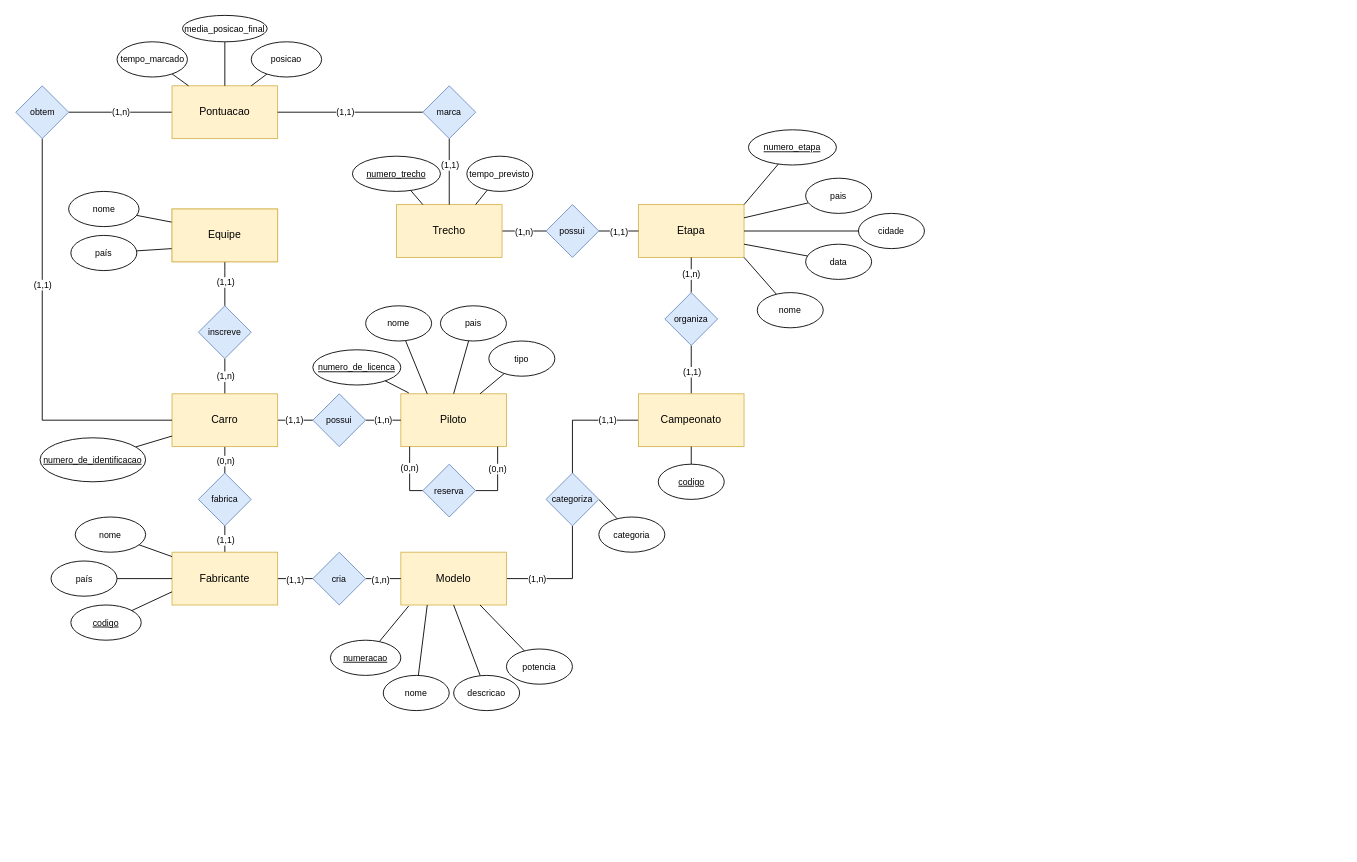
This is atvAvaliativa.drawio from renanreyc/projeto-banco-de-dados-relacional, a draw.io file, before an edit. Source tidied: cells renumbered, new cells numbered last; positions are measured from the earlier drawing's top-left corner, leaving out a move shared by most shapes. Both pictures are drawn from the tidied source at 88%, with x=0, y=0 at pixel (15, 15).
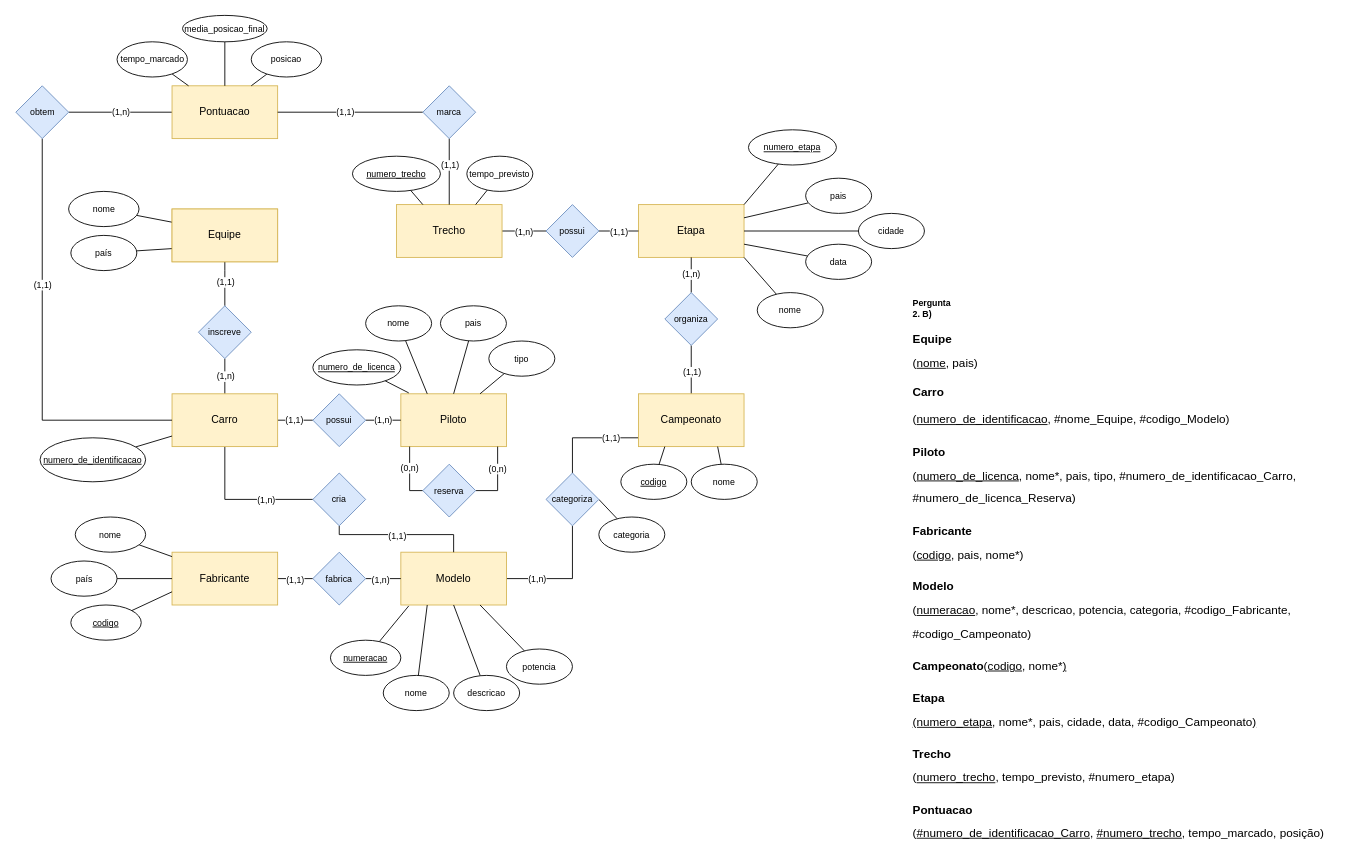
After the change.

Unchanged cells that the change refers to:
```xml
<mxCell id="8" value="Carro" style="rounded=0;whiteSpace=wrap;html=1;fillColor=#fff2cc;strokeColor=#d6b656;" parent="1" vertex="1">
  <mxGeometry x="178" y="430" width="120" height="60" as="geometry" />
</mxCell>
<mxCell id="24" value="Fabricante" style="rounded=0;whiteSpace=wrap;html=1;fillColor=#fff2cc;strokeColor=#d6b656;" parent="1" vertex="1">
  <mxGeometry x="178" y="610" width="120" height="60" as="geometry" />
</mxCell>
<mxCell id="35" value="Modelo" style="rounded=0;whiteSpace=wrap;html=1;fillColor=#fff2cc;strokeColor=#d6b656;" parent="1" vertex="1">
  <mxGeometry x="438" y="610" width="120" height="60" as="geometry" />
</mxCell>
<mxCell id="70" value="Campeonato" style="rounded=0;whiteSpace=wrap;html=1;fillColor=#fff2cc;strokeColor=#d6b656;" parent="1" vertex="1">
  <mxGeometry x="708" y="430" width="120" height="60" as="geometry" />
</mxCell>
<mxCell id="111" value="categoriza" style="rhombus;whiteSpace=wrap;html=1;fontSize=10;fillColor=#dae8fc;strokeColor=#6c8ebf;" parent="1" vertex="1">
  <mxGeometry x="603" y="520" width="60" height="60" as="geometry" />
</mxCell>
```

The edit, as a diff of the source:
```diff
@@
-    <mxCell id="4" style="edgeStyle=none;rounded=0;jettySize=auto;html=1;entryX=0.5;entryY=0;entryDx=0;entryDy=0;fontSize=10;endArrow=none;endFill=0;" parent="1" edge="1" source="8" target="25">
-      <mxGeometry relative="1" as="geometry" />
-    </mxCell>
-    <mxCell id="5" value="(0,n)" style="edgeLabel;html=1;align=center;verticalAlign=middle;fontSize=10;" parent="4" vertex="1">
-      <mxGeometry x="0.4" y="2" relative="1" as="geometry">
-        <mxPoint x="-2" y="-6" as="offset" />
-      </mxGeometry>
-    </mxCell>
@@
+    <mxCell id="116" style="edgeStyle=orthogonalEdgeStyle;rounded=0;jettySize=auto;html=1;entryX=0;entryY=0.5;entryDx=0;entryDy=0;fontSize=10;endArrow=none;endFill=0;" parent="1" edge="1" source="8" target="119">
+      <mxGeometry relative="1" as="geometry">
+        <Array as="points">
+          <mxPoint x="238" y="550" />
+        </Array>
+      </mxGeometry>
+    </mxCell>
+    <mxCell id="117" value="(1,n)" style="edgeLabel;html=1;align=center;verticalAlign=middle;fontSize=10;" parent="116" vertex="1">
+      <mxGeometry x="0.04" y="-1" relative="1" as="geometry">
+        <mxPoint x="23" y="-1" as="offset" />
+      </mxGeometry>
+    </mxCell>
@@
-    <mxCell id="20" style="edgeStyle=none;rounded=0;jettySize=auto;html=1;fontSize=10;endArrow=none;endFill=0;" parent="1" edge="1" source="24" target="25">
-      <mxGeometry relative="1" as="geometry" />
-    </mxCell>
-    <mxCell id="21" value="(1,1)" style="edgeLabel;html=1;align=center;verticalAlign=middle;fontSize=10;" parent="20" vertex="1">
-      <mxGeometry x="-0.37" y="1" relative="1" as="geometry">
-        <mxPoint x="1" y="-6" as="offset" />
-      </mxGeometry>
-    </mxCell>
@@
-    <mxCell id="25" value="fabrica" style="rhombus;whiteSpace=wrap;html=1;fontSize=10;fillColor=#dae8fc;strokeColor=#6c8ebf;" parent="1" vertex="1">
-      <mxGeometry x="208" y="520" width="60" height="60" as="geometry" />
-    </mxCell>
@@
-    <mxCell id="38" value="cria" style="rhombus;whiteSpace=wrap;html=1;fontSize=10;fillColor=#dae8fc;strokeColor=#6c8ebf;" parent="1" vertex="1">
+    <mxCell id="38" value="fabrica" style="rhombus;whiteSpace=wrap;html=1;fontSize=10;fillColor=#dae8fc;strokeColor=#6c8ebf;" parent="1" vertex="1">
       <mxGeometry x="338" y="610" width="60" height="60" as="geometry" />
     </mxCell>
@@
     <mxCell id="68" style="edgeStyle=orthogonalEdgeStyle;rounded=0;jettySize=auto;html=1;entryX=0.5;entryY=0;entryDx=0;entryDy=0;fontSize=10;endArrow=none;endFill=0;" parent="1" edge="1" source="70" target="111">
-      <mxGeometry relative="1" as="geometry" />
+      <mxGeometry relative="1" as="geometry">
+        <Array as="points">
+          <mxPoint x="633" y="480" />
+        </Array>
+      </mxGeometry>
     </mxCell>
@@
-    <mxCell id="114" style="edgeStyle=none;rounded=0;jettySize=auto;html=1;entryX=0.5;entryY=1;entryDx=0;entryDy=0;fontSize=10;endArrow=none;endFill=0;" parent="1" edge="1" source="115" target="70">
+    <mxCell id="114" style="edgeStyle=none;rounded=0;jettySize=auto;html=1;entryX=0.25;entryY=1;entryDx=0;entryDy=0;fontSize=10;endArrow=none;endFill=0;" parent="1" edge="1" source="115" target="70">
       <mxGeometry relative="1" as="geometry" />
     </mxCell>
     <mxCell id="115" value="&lt;u&gt;codigo&lt;/u&gt;" style="ellipse;whiteSpace=wrap;html=1;fontSize=10;" parent="1" vertex="1">
-      <mxGeometry x="730.5" y="510" width="75" height="40" as="geometry" />
+      <mxGeometry x="688" y="510" width="75" height="40" as="geometry" />
     </mxCell>
+    <mxCell id="118" style="edgeStyle=orthogonalEdgeStyle;rounded=0;jettySize=auto;html=1;fontSize=10;endArrow=none;endFill=0;" parent="1" edge="1" source="119" target="35">
+      <mxGeometry relative="1" as="geometry">
+        <Array as="points">
+          <mxPoint x="368" y="590" />
+          <mxPoint x="498" y="590" />
+        </Array>
+      </mxGeometry>
+    </mxCell>
+    <mxCell id="21" value="(1,1)" style="edgeLabel;html=1;align=center;verticalAlign=middle;fontSize=10;" parent="118" vertex="1">
+      <mxGeometry x="-0.26" relative="1" as="geometry">
+        <mxPoint x="16" as="offset" />
+      </mxGeometry>
+    </mxCell>
+    <mxCell id="119" value="cria" style="rhombus;whiteSpace=wrap;html=1;fontSize=10;fillColor=#dae8fc;strokeColor=#6c8ebf;" parent="1" vertex="1">
+      <mxGeometry x="338" y="520" width="60" height="60" as="geometry" />
+    </mxCell>
+    <mxCell id="120" value="&lt;p class=&quot;MsoNormal&quot;&gt;&lt;b&gt;&lt;span lang=&quot;PT-BR&quot;&gt;Pergunta&lt;br&gt;2. B)&lt;/span&gt;&lt;/b&gt;&lt;/p&gt;&lt;p class=&quot;MsoNormal&quot; style=&quot;margin-bottom: 0in ; line-height: 200%&quot;&gt;&lt;span lang=&quot;PT-BR&quot; style=&quot;font-size: 10.0pt ; line-height: 200% ; font-family: &amp;#34;arial&amp;#34; , sans-serif ; color: black&quot;&gt;&lt;b&gt;Equipe&lt;/b&gt;&lt;br&gt;(&lt;u&gt;nome&lt;/u&gt;, pais)&lt;/span&gt;&lt;span lang=&quot;PT-BR&quot; style=&quot;font-family: &amp;#34;times new roman&amp;#34; , serif&quot;&gt;&lt;/span&gt;&lt;/p&gt;&lt;br&gt;&lt;span style=&quot;font-family: &amp;#34;arial&amp;#34; , sans-serif ; font-size: 10pt&quot;&gt;&lt;b&gt;Carro&lt;/b&gt;&lt;/span&gt;&lt;br&gt;&lt;p class=&quot;MsoNormal&quot; style=&quot;margin-bottom: 0in ; line-height: 200%&quot;&gt;&lt;span lang=&quot;PT-BR&quot; style=&quot;font-size: 10.0pt ; line-height: 200% ; font-family: &amp;#34;arial&amp;#34; , sans-serif ; color: black&quot;&gt;(&lt;u&gt;numero_de_identificacao&lt;/u&gt;, #nome_Equipe, #codigo_Modelo)&lt;/span&gt;&lt;/p&gt;&lt;p class=&quot;MsoNormal&quot; style=&quot;margin-bottom: 0in ; line-height: 200%&quot;&gt;&lt;span lang=&quot;PT-BR&quot; style=&quot;font-size: 10.0pt ; line-height: 200% ; font-family: &amp;#34;arial&amp;#34; , sans-serif ; color: black&quot;&gt;&lt;b&gt;Piloto&lt;/b&gt;&lt;br&gt;(&lt;u&gt;numero_de_licenca&lt;/u&gt;, nome*, pais, tipo, #numero_de_identificacao_Carro,&lt;br&gt;#numero_de_licenca_Reserva) &lt;/span&gt;&lt;span lang=&quot;PT-BR&quot; style=&quot;font-family: &amp;#34;times new roman&amp;#34; , serif&quot;&gt;&lt;/span&gt;&lt;/p&gt;&lt;p class=&quot;MsoNormal&quot; style=&quot;margin-bottom: 0in ; line-height: 200%&quot;&gt;&lt;span lang=&quot;PT-BR&quot; style=&quot;font-size: 10.0pt ; line-height: 200% ; font-family: &amp;#34;arial&amp;#34; , sans-serif ; color: black&quot;&gt;&lt;b&gt;Fabricante&lt;/b&gt;&lt;br&gt;(&lt;u&gt;codigo&lt;/u&gt;, pais, nome*)&lt;/span&gt;&lt;span lang=&quot;PT-BR&quot; style=&quot;font-family: &amp;#34;times new roman&amp;#34; , serif&quot;&gt;&lt;/span&gt;&lt;/p&gt;&lt;p class=&quot;MsoNormal&quot; style=&quot;margin-bottom: 0in ; line-height: 200%&quot;&gt;&lt;span lang=&quot;PT-BR&quot; style=&quot;font-size: 10.0pt ; line-height: 200% ; font-family: &amp;#34;arial&amp;#34; , sans-serif ; color: black&quot;&gt;&lt;b&gt;Modelo&lt;/b&gt;&lt;br&gt;(&lt;u&gt;numeracao&lt;/u&gt;, nome*, descricao, potencia, categoria, #codigo_Fabricante,&lt;br&gt;#codigo_Campeonato)&lt;/span&gt;&lt;/p&gt;&lt;p class=&quot;MsoNormal&quot; style=&quot;margin-bottom: 0in ; line-height: 200%&quot;&gt;&lt;span lang=&quot;PT-BR&quot; style=&quot;font-size: 10.0pt ; line-height: 200% ; font-family: &amp;#34;arial&amp;#34; , sans-serif ; color: black&quot;&gt;&lt;b&gt;Campeonato&lt;/b&gt;(&lt;u&gt;codigo&lt;/u&gt;,&amp;nbsp;nome*&lt;u&gt;)&lt;/u&gt;&lt;/span&gt;&lt;/p&gt;&lt;p class=&quot;MsoNormal&quot; style=&quot;margin-bottom: 0in ; line-height: 200%&quot;&gt;&lt;span lang=&quot;PT-BR&quot; style=&quot;font-size: 10.0pt ; line-height: 200% ; font-family: &amp;#34;arial&amp;#34; , sans-serif ; color: black&quot;&gt;&lt;b&gt;Etapa&lt;/b&gt;&lt;br&gt;&lt;u&gt;(numero_etapa&lt;/u&gt;, nome*, pais, cidade, data, #codigo_Campeonato&lt;u&gt;)&lt;/u&gt;&lt;/span&gt;&lt;/p&gt;&lt;p class=&quot;MsoNormal&quot; style=&quot;margin-bottom: 0in ; line-height: 200%&quot;&gt;&lt;span lang=&quot;PT-BR&quot; style=&quot;font-size: 10.0pt ; line-height: 200% ; font-family: &amp;#34;arial&amp;#34; , sans-serif ; color: black&quot;&gt;&lt;b&gt;Trecho&lt;/b&gt;&lt;br&gt;(&lt;u&gt;numero_trecho&lt;/u&gt;, tempo_previsto, #numero_etapa)&lt;/span&gt;&lt;/p&gt;&lt;p class=&quot;MsoNormal&quot; style=&quot;margin-bottom: 0in ; line-height: 200%&quot;&gt;&lt;span lang=&quot;PT-BR&quot; style=&quot;font-size: 10.0pt ; line-height: 200% ; font-family: &amp;#34;arial&amp;#34; , sans-serif ; color: black&quot;&gt;&lt;b&gt;Pontuacao&lt;/b&gt;&lt;br&gt;(&lt;u&gt;#numero_de_identificacao_Carro&lt;/u&gt;, &lt;u&gt;#numero_trecho&lt;/u&gt;, tempo_marcado, posição)&lt;/span&gt;&lt;/p&gt;" style="text;whiteSpace=wrap;html=1;fontSize=10;" parent="1" vertex="1">
+      <mxGeometry x="1018" y="305" width="490" height="635" as="geometry" />
+    </mxCell>
+    <mxCell id="121" style="rounded=0;jettySize=auto;html=1;entryX=0.75;entryY=1;entryDx=0;entryDy=0;fontSize=10;endArrow=none;endFill=0;" parent="1" edge="1" source="122" target="70">
+      <mxGeometry relative="1" as="geometry" />
+    </mxCell>
+    <mxCell id="122" value="nome" style="ellipse;whiteSpace=wrap;html=1;fontSize=10;" parent="1" vertex="1">
+      <mxGeometry x="768" y="510" width="75" height="40" as="geometry" />
+    </mxCell>
```
